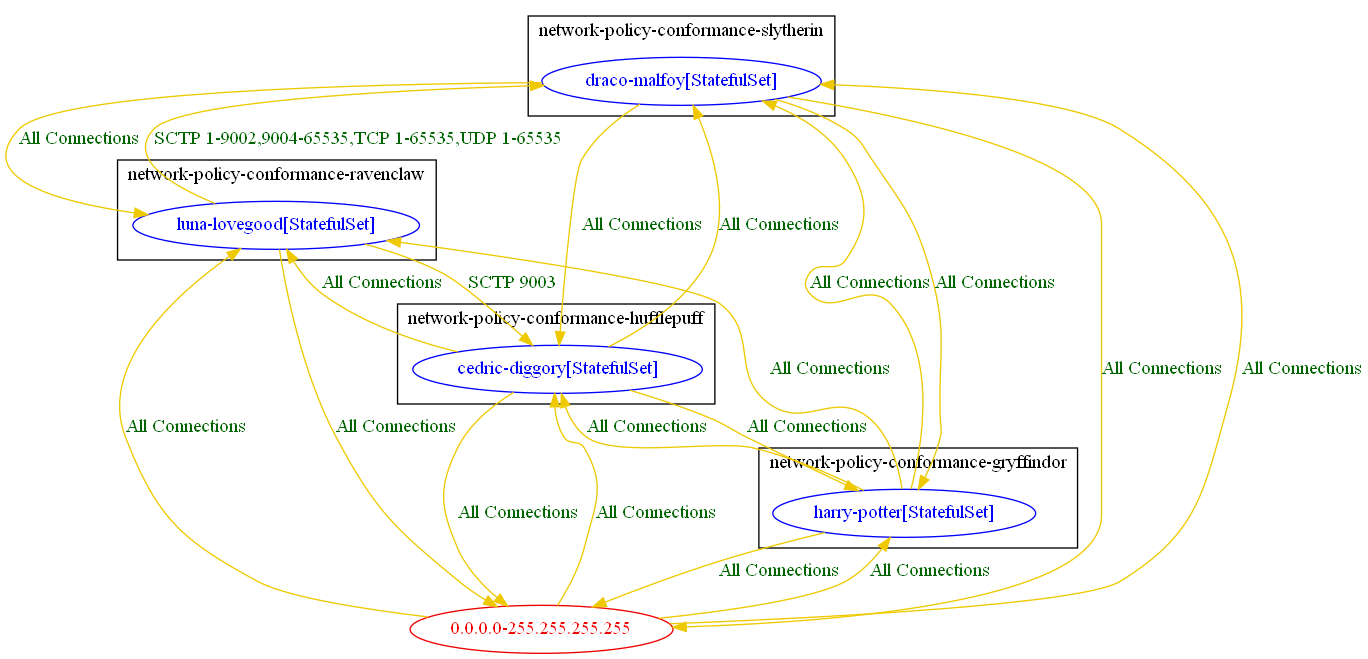
This is test_outputs/connlist/banp_test_core_egress_sctp_swapping_rules_connlist_output.dot.png from np-guard/netpol-analyzer, a Graphviz export, as it was before one commit. Its source is kept beside it as test_outputs/connlist/banp_test_core_egress_sctp_swapping_rules_connlist_output.dot.
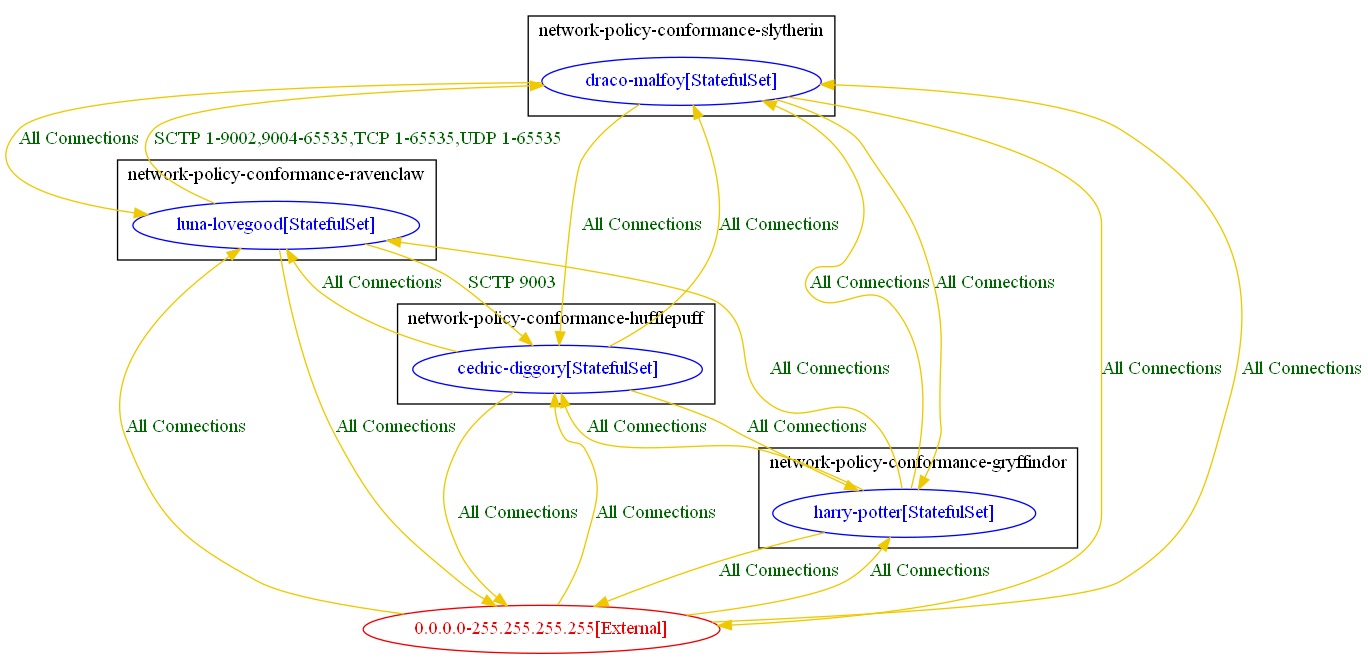
Later version of the same file.

The edit, as a diff of the source:
```diff
@@ -23,23 +23,23 @@
 		"network-policy-conformance-slytherin/draco-malfoy[StatefulSet]" [label="draco-malfoy[StatefulSet]" color="blue" fontcolor="blue"]
 		label="network-policy-conformance-slytherin"
 	}
-	"0.0.0.0-255.255.255.255" [label="0.0.0.0-255.255.255.255" color="red2" fontcolor="red2"]
-	"0.0.0.0-255.255.255.255" -> "network-policy-conformance-gryffindor/harry-potter[StatefulSet]" [label="All Connections" color="gold2" fontcolor="darkgreen" weight=0.5]
-	"0.0.0.0-255.255.255.255" -> "network-policy-conformance-hufflepuff/cedric-diggory[StatefulSet]" [label="All Connections" color="gold2" fontcolor="darkgreen" weight=0.5]
-	"0.0.0.0-255.255.255.255" -> "network-policy-conformance-ravenclaw/luna-lovegood[StatefulSet]" [label="All Connections" color="gold2" fontcolor="darkgreen" weight=0.5]
-	"0.0.0.0-255.255.255.255" -> "network-policy-conformance-slytherin/draco-malfoy[StatefulSet]" [label="All Connections" color="gold2" fontcolor="darkgreen" weight=0.5]
-	"network-policy-conformance-gryffindor/harry-potter[StatefulSet]" -> "0.0.0.0-255.255.255.255" [label="All Connections" color="gold2" fontcolor="darkgreen" weight=1]
+	"0.0.0.0-255.255.255.255[External]" [label="0.0.0.0-255.255.255.255[External]" color="red2" fontcolor="red2"]
+	"0.0.0.0-255.255.255.255[External]" -> "network-policy-conformance-gryffindor/harry-potter[StatefulSet]" [label="All Connections" color="gold2" fontcolor="darkgreen" weight=0.5]
+	"0.0.0.0-255.255.255.255[External]" -> "network-policy-conformance-hufflepuff/cedric-diggory[StatefulSet]" [label="All Connections" color="gold2" fontcolor="darkgreen" weight=0.5]
+	"0.0.0.0-255.255.255.255[External]" -> "network-policy-conformance-ravenclaw/luna-lovegood[StatefulSet]" [label="All Connections" color="gold2" fontcolor="darkgreen" weight=0.5]
+	"0.0.0.0-255.255.255.255[External]" -> "network-policy-conformance-slytherin/draco-malfoy[StatefulSet]" [label="All Connections" color="gold2" fontcolor="darkgreen" weight=0.5]
+	"network-policy-conformance-gryffindor/harry-potter[StatefulSet]" -> "0.0.0.0-255.255.255.255[External]" [label="All Connections" color="gold2" fontcolor="darkgreen" weight=1]
 	"network-policy-conformance-gryffindor/harry-potter[StatefulSet]" -> "network-policy-conformance-hufflepuff/cedric-diggory[StatefulSet]" [label="All Connections" color="gold2" fontcolor="darkgreen" weight=0.5]
 	"network-policy-conformance-gryffindor/harry-potter[StatefulSet]" -> "network-policy-conformance-ravenclaw/luna-lovegood[StatefulSet]" [label="All Connections" color="gold2" fontcolor="darkgreen" weight=0.5]
 	"network-policy-conformance-gryffindor/harry-potter[StatefulSet]" -> "network-policy-conformance-slytherin/draco-malfoy[StatefulSet]" [label="All Connections" color="gold2" fontcolor="darkgreen" weight=0.5]
-	"network-policy-conformance-hufflepuff/cedric-diggory[StatefulSet]" -> "0.0.0.0-255.255.255.255" [label="All Connections" color="gold2" fontcolor="darkgreen" weight=1]
+	"network-policy-conformance-hufflepuff/cedric-diggory[StatefulSet]" -> "0.0.0.0-255.255.255.255[External]" [label="All Connections" color="gold2" fontcolor="darkgreen" weight=1]
 	"network-policy-conformance-hufflepuff/cedric-diggory[StatefulSet]" -> "network-policy-conformance-gryffindor/harry-potter[StatefulSet]" [label="All Connections" color="gold2" fontcolor="darkgreen" weight=1]
 	"network-policy-conformance-hufflepuff/cedric-diggory[StatefulSet]" -> "network-policy-conformance-ravenclaw/luna-lovegood[StatefulSet]" [label="All Connections" color="gold2" fontcolor="darkgreen" weight=0.5]
 	"network-policy-conformance-hufflepuff/cedric-diggory[StatefulSet]" -> "network-policy-conformance-slytherin/draco-malfoy[StatefulSet]" [label="All Connections" color="gold2" fontcolor="darkgreen" weight=0.5]
-	"network-policy-conformance-ravenclaw/luna-lovegood[StatefulSet]" -> "0.0.0.0-255.255.255.255" [label="All Connections" color="gold2" fontcolor="darkgreen" weight=1]
+	"network-policy-conformance-ravenclaw/luna-lovegood[StatefulSet]" -> "0.0.0.0-255.255.255.255[External]" [label="All Connections" color="gold2" fontcolor="darkgreen" weight=1]
 	"network-policy-conformance-ravenclaw/luna-lovegood[StatefulSet]" -> "network-policy-conformance-hufflepuff/cedric-diggory[StatefulSet]" [label="SCTP 9003" color="gold2" fontcolor="darkgreen" weight=1]
 	"network-policy-conformance-ravenclaw/luna-lovegood[StatefulSet]" -> "network-policy-conformance-slytherin/draco-malfoy[StatefulSet]" [label="SCTP 1-9002,9004-65535,TCP 1-65535,UDP 1-65535" color="gold2" fontcolor="darkgreen" weight=0.5]
-	"network-policy-conformance-slytherin/draco-malfoy[StatefulSet]" -> "0.0.0.0-255.255.255.255" [label="All Connections" color="gold2" fontcolor="darkgreen" weight=1]
+	"network-policy-conformance-slytherin/draco-malfoy[StatefulSet]" -> "0.0.0.0-255.255.255.255[External]" [label="All Connections" color="gold2" fontcolor="darkgreen" weight=1]
 	"network-policy-conformance-slytherin/draco-malfoy[StatefulSet]" -> "network-policy-conformance-gryffindor/harry-potter[StatefulSet]" [label="All Connections" color="gold2" fontcolor="darkgreen" weight=1]
 	"network-policy-conformance-slytherin/draco-malfoy[StatefulSet]" -> "network-policy-conformance-hufflepuff/cedric-diggory[StatefulSet]" [label="All Connections" color="gold2" fontcolor="darkgreen" weight=1]
 	"network-policy-conformance-slytherin/draco-malfoy[StatefulSet]" -> "network-policy-conformance-ravenclaw/luna-lovegood[StatefulSet]" [label="All Connections" color="gold2" fontcolor="darkgreen" weight=1]
```
